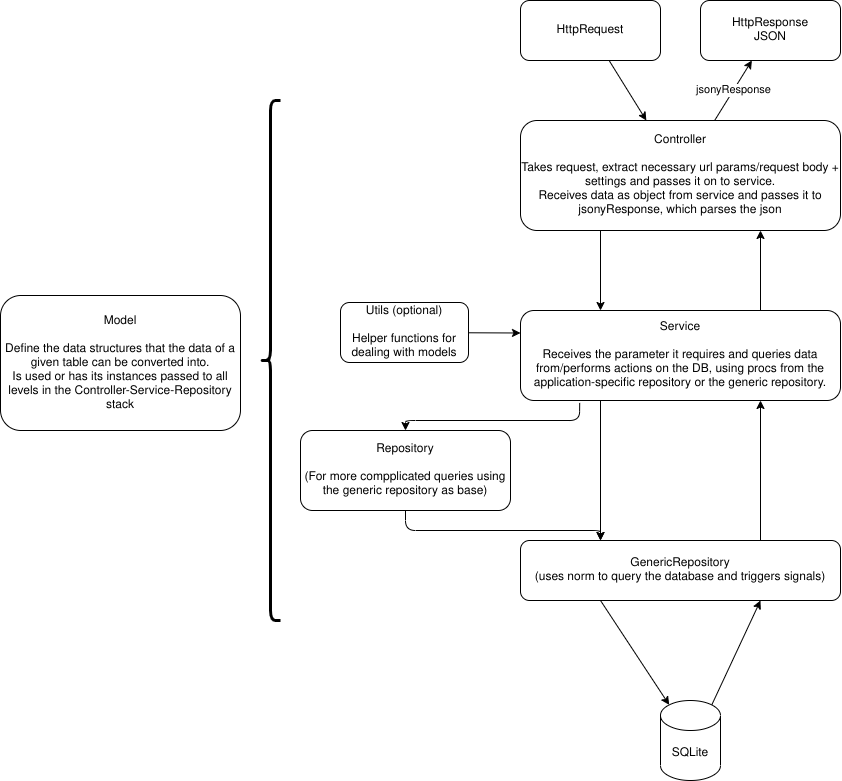
This is architectureImages/generalRequestHandling.png from PhilippMDoerner/NimStoryFont, a draw.io export, as it was before one commit. Source tidied: cells renumbered, new cells last; positions are measured from the earlier drawing's top-left corner, leaving out a move shared by most shapes. Source of this version:
```xml
<mxGraphModel background="#ffffff">
  <root>
    <mxCell id="0" />
    <mxCell id="1" parent="0" />
    <mxCell id="2" style="edgeStyle=none;html=1;" parent="1" edge="1" source="3" target="7">
      <mxGeometry relative="1" as="geometry" />
    </mxCell>
    <mxCell id="3" value="HttpRequest" style="rounded=1;whiteSpace=wrap;html=1;" parent="1" vertex="1">
      <mxGeometry x="520" width="140" height="60" as="geometry" />
    </mxCell>
    <mxCell id="4" value="HttpResponse&lt;br&gt;JSON" style="rounded=1;whiteSpace=wrap;html=1;" parent="1" vertex="1">
      <mxGeometry x="700" width="140" height="60" as="geometry" />
    </mxCell>
    <mxCell id="5" value="jsonyResponse" style="edgeStyle=none;html=1;" parent="1" edge="1" source="7" target="4">
      <mxGeometry relative="1" as="geometry" />
    </mxCell>
    <mxCell id="6" style="edgeStyle=none;html=1;exitX=0.25;exitY=1;exitDx=0;exitDy=0;entryX=0.25;entryY=0;entryDx=0;entryDy=0;" parent="1" edge="1" source="7" target="11">
      <mxGeometry relative="1" as="geometry" />
    </mxCell>
    <mxCell id="7" value="Controller&lt;br&gt;&lt;br&gt;Takes request, extract necessary url params/request body + settings and passes it on to service.&lt;br&gt;Receives data as object from service and passes it to jsonyResponse, which parses the json" style="rounded=1;whiteSpace=wrap;html=1;" parent="1" vertex="1">
      <mxGeometry x="520" y="120" width="320" height="110" as="geometry" />
    </mxCell>
    <mxCell id="8" style="edgeStyle=none;html=1;exitX=0.185;exitY=1.027;exitDx=0;exitDy=0;entryX=0.5;entryY=0;entryDx=0;entryDy=0;exitPerimeter=0;" parent="1" edge="1" source="11" target="16">
      <mxGeometry relative="1" as="geometry">
        <Array as="points">
          <mxPoint x="579" y="420" />
          <mxPoint x="405" y="420" />
        </Array>
      </mxGeometry>
    </mxCell>
    <mxCell id="9" style="edgeStyle=none;html=1;exitX=0.25;exitY=1;exitDx=0;exitDy=0;" parent="1" edge="1" source="11">
      <mxGeometry relative="1" as="geometry">
        <mxPoint x="600" y="540" as="targetPoint" />
      </mxGeometry>
    </mxCell>
    <mxCell id="10" style="edgeStyle=none;html=1;exitX=0.75;exitY=0;exitDx=0;exitDy=0;entryX=0.75;entryY=1;entryDx=0;entryDy=0;" parent="1" edge="1" source="11" target="7">
      <mxGeometry relative="1" as="geometry" />
    </mxCell>
    <mxCell id="11" value="Service&lt;br&gt;&lt;br&gt;Receives the parameter it requires and queries data from/performs actions on the DB, using procs from the application-specific repository or the generic repository." style="rounded=1;whiteSpace=wrap;html=1;" parent="1" vertex="1">
      <mxGeometry x="520" y="310" width="320" height="90" as="geometry" />
    </mxCell>
    <mxCell id="12" style="edgeStyle=none;html=1;exitX=0.75;exitY=0;exitDx=0;exitDy=0;entryX=0.75;entryY=1;entryDx=0;entryDy=0;" parent="1" edge="1" source="14" target="11">
      <mxGeometry relative="1" as="geometry" />
    </mxCell>
    <mxCell id="13" style="edgeStyle=none;html=1;exitX=0.25;exitY=1;exitDx=0;exitDy=0;entryX=0.145;entryY=0;entryDx=0;entryDy=4.35;entryPerimeter=0;" parent="1" edge="1" source="14" target="18">
      <mxGeometry relative="1" as="geometry" />
    </mxCell>
    <mxCell id="14" value="GenericRepository&lt;br&gt;(uses norm to query the database and triggers signals)" style="rounded=1;whiteSpace=wrap;html=1;" parent="1" vertex="1">
      <mxGeometry x="520" y="540" width="320" height="60" as="geometry" />
    </mxCell>
    <mxCell id="15" style="edgeStyle=none;html=1;exitX=0.5;exitY=1;exitDx=0;exitDy=0;entryX=0.25;entryY=0;entryDx=0;entryDy=0;" parent="1" edge="1" source="16" target="14">
      <mxGeometry relative="1" as="geometry">
        <Array as="points">
          <mxPoint x="405" y="530" />
          <mxPoint x="600" y="530" />
        </Array>
      </mxGeometry>
    </mxCell>
    <mxCell id="16" value="Repository&lt;br&gt;&lt;br&gt;(For more compplicated queries using the generic repository as base)" style="rounded=1;whiteSpace=wrap;html=1;" parent="1" vertex="1">
      <mxGeometry x="300" y="430" width="210" height="80" as="geometry" />
    </mxCell>
    <mxCell id="17" style="edgeStyle=none;html=1;exitX=0.855;exitY=0;exitDx=0;exitDy=4.35;exitPerimeter=0;entryX=0.75;entryY=1;entryDx=0;entryDy=0;" parent="1" edge="1" source="18" target="14">
      <mxGeometry relative="1" as="geometry" />
    </mxCell>
    <mxCell id="18" value="SQLite" style="shape=cylinder3;whiteSpace=wrap;html=1;boundedLbl=1;backgroundOutline=1;size=15;" parent="1" vertex="1">
      <mxGeometry x="660" y="700" width="60" height="80" as="geometry" />
    </mxCell>
    <mxCell id="19" style="edgeStyle=none;html=1;entryX=0;entryY=0.25;entryDx=0;entryDy=0;" parent="1" edge="1" source="20" target="11">
      <mxGeometry relative="1" as="geometry" />
    </mxCell>
    <mxCell id="20" value="Utils (optional)&lt;br&gt;&lt;br&gt;Helper functions for dealing with models" style="rounded=1;whiteSpace=wrap;html=1;" parent="1" vertex="1">
      <mxGeometry x="340" y="302" width="128" height="60" as="geometry" />
    </mxCell>
    <mxCell id="21" value="Model&lt;br&gt;&lt;br&gt;Define the data structures that the data of a given table can be converted into.&lt;br&gt;Is used or has its instances passed to all levels in the Controller-Service-Repository stack" style="rounded=1;whiteSpace=wrap;html=1;" parent="1" vertex="1">
      <mxGeometry y="295" width="240" height="135" as="geometry" />
    </mxCell>
    <mxCell id="22" style="shape=curlyBracket;whiteSpace=wrap;html=1;rounded=1;strokeWidth=3;" parent="1" vertex="1">
      <mxGeometry x="260" y="100" width="20" height="520" as="geometry" />
    </mxCell>
  </root>
</mxGraphModel>
```
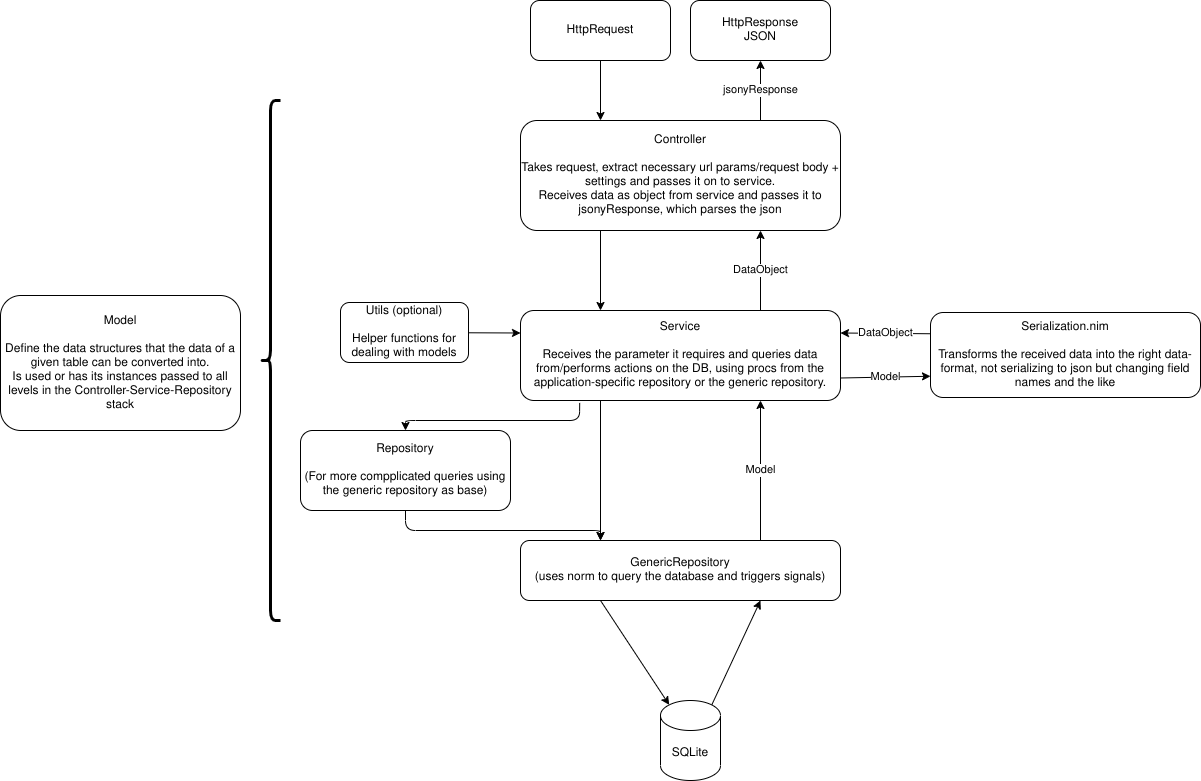
After the commit.

What changed in the source:
```diff
@@ -2,16 +2,16 @@
   <root>
     <mxCell id="0" />
     <mxCell id="1" parent="0" />
-    <mxCell id="2" style="edgeStyle=none;html=1;" parent="1" edge="1" source="3" target="7">
+    <mxCell id="2" style="edgeStyle=none;html=1;entryX=0.25;entryY=0;entryDx=0;entryDy=0;" parent="1" edge="1" source="3" target="7">
       <mxGeometry relative="1" as="geometry" />
     </mxCell>
     <mxCell id="3" value="HttpRequest" style="rounded=1;whiteSpace=wrap;html=1;" parent="1" vertex="1">
-      <mxGeometry x="520" width="140" height="60" as="geometry" />
+      <mxGeometry x="530" width="140" height="60" as="geometry" />
     </mxCell>
     <mxCell id="4" value="HttpResponse&lt;br&gt;JSON" style="rounded=1;whiteSpace=wrap;html=1;" parent="1" vertex="1">
-      <mxGeometry x="700" width="140" height="60" as="geometry" />
+      <mxGeometry x="690" width="140" height="60" as="geometry" />
     </mxCell>
-    <mxCell id="5" value="jsonyResponse" style="edgeStyle=none;html=1;" parent="1" edge="1" source="7" target="4">
+    <mxCell id="5" value="jsonyResponse" style="edgeStyle=none;html=1;exitX=0.75;exitY=0;exitDx=0;exitDy=0;" parent="1" edge="1" source="7" target="4">
       <mxGeometry relative="1" as="geometry" />
     </mxCell>
     <mxCell id="6" style="edgeStyle=none;html=1;exitX=0.25;exitY=1;exitDx=0;exitDy=0;entryX=0.25;entryY=0;entryDx=0;entryDy=0;" parent="1" edge="1" source="7" target="11">
@@ -33,13 +33,16 @@
         <mxPoint x="600" y="540" as="targetPoint" />
       </mxGeometry>
     </mxCell>
-    <mxCell id="10" style="edgeStyle=none;html=1;exitX=0.75;exitY=0;exitDx=0;exitDy=0;entryX=0.75;entryY=1;entryDx=0;entryDy=0;" parent="1" edge="1" source="11" target="7">
+    <mxCell id="10" value="DataObject" style="edgeStyle=none;html=1;exitX=0.75;exitY=0;exitDx=0;exitDy=0;entryX=0.75;entryY=1;entryDx=0;entryDy=0;" parent="1" edge="1" source="11" target="7">
       <mxGeometry relative="1" as="geometry" />
     </mxCell>
+    <mxCell id="23" value="Model" style="edgeStyle=none;html=1;exitX=1;exitY=0.75;exitDx=0;exitDy=0;entryX=0;entryY=0.75;entryDx=0;entryDy=0;" parent="1" edge="1" source="11" target="25">
+      <mxGeometry relative="1" as="geometry" />
+    </mxCell>
     <mxCell id="11" value="Service&lt;br&gt;&lt;br&gt;Receives the parameter it requires and queries data from/performs actions on the DB, using procs from the application-specific repository or the generic repository." style="rounded=1;whiteSpace=wrap;html=1;" parent="1" vertex="1">
       <mxGeometry x="520" y="310" width="320" height="90" as="geometry" />
     </mxCell>
-    <mxCell id="12" style="edgeStyle=none;html=1;exitX=0.75;exitY=0;exitDx=0;exitDy=0;entryX=0.75;entryY=1;entryDx=0;entryDy=0;" parent="1" edge="1" source="14" target="11">
+    <mxCell id="12" value="Model" style="edgeStyle=none;html=1;exitX=0.75;exitY=0;exitDx=0;exitDy=0;entryX=0.75;entryY=1;entryDx=0;entryDy=0;" parent="1" edge="1" source="14" target="11">
       <mxGeometry relative="1" as="geometry" />
     </mxCell>
     <mxCell id="13" style="edgeStyle=none;html=1;exitX=0.25;exitY=1;exitDx=0;exitDy=0;entryX=0.145;entryY=0;entryDx=0;entryDy=4.35;entryPerimeter=0;" parent="1" edge="1" source="14" target="18">
@@ -77,5 +80,11 @@
     <mxCell id="22" style="shape=curlyBracket;whiteSpace=wrap;html=1;rounded=1;strokeWidth=3;" parent="1" vertex="1">
       <mxGeometry x="260" y="100" width="20" height="520" as="geometry" />
     </mxCell>
+    <mxCell id="24" value="DataObject" style="edgeStyle=none;html=1;exitX=0;exitY=0.25;exitDx=0;exitDy=0;entryX=1;entryY=0.25;entryDx=0;entryDy=0;" parent="1" edge="1" source="25" target="11">
+      <mxGeometry relative="1" as="geometry" />
+    </mxCell>
+    <mxCell id="25" value="Serialization.nim&lt;br&gt;&lt;br&gt;Transforms the received data into the right data-format, not serializing to json but changing field names and the like" style="rounded=1;whiteSpace=wrap;html=1;" parent="1" vertex="1">
+      <mxGeometry x="930" y="312" width="270" height="85" as="geometry" />
+    </mxCell>
   </root>
 </mxGraphModel>
```
